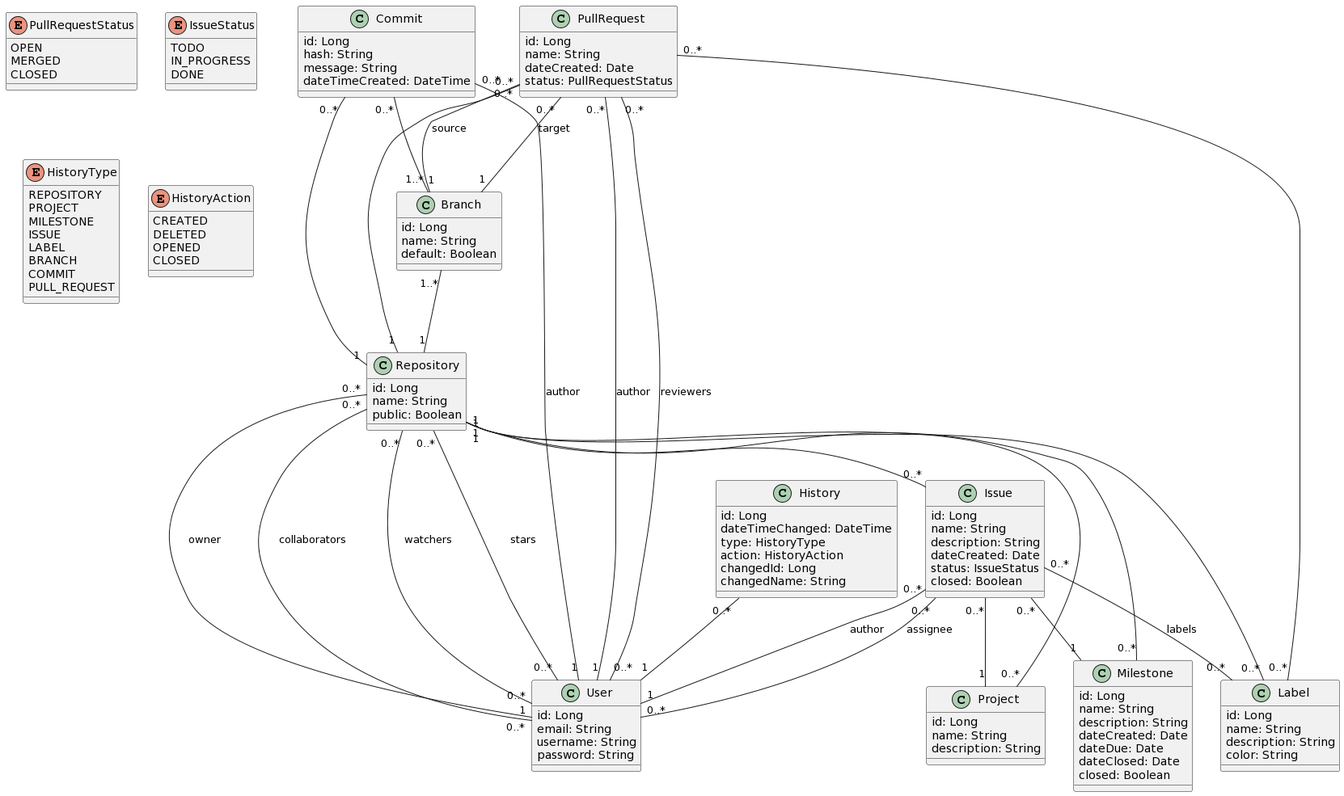
Earlier version of the PlantUML export uml/uml.png (VukV/mini-github).
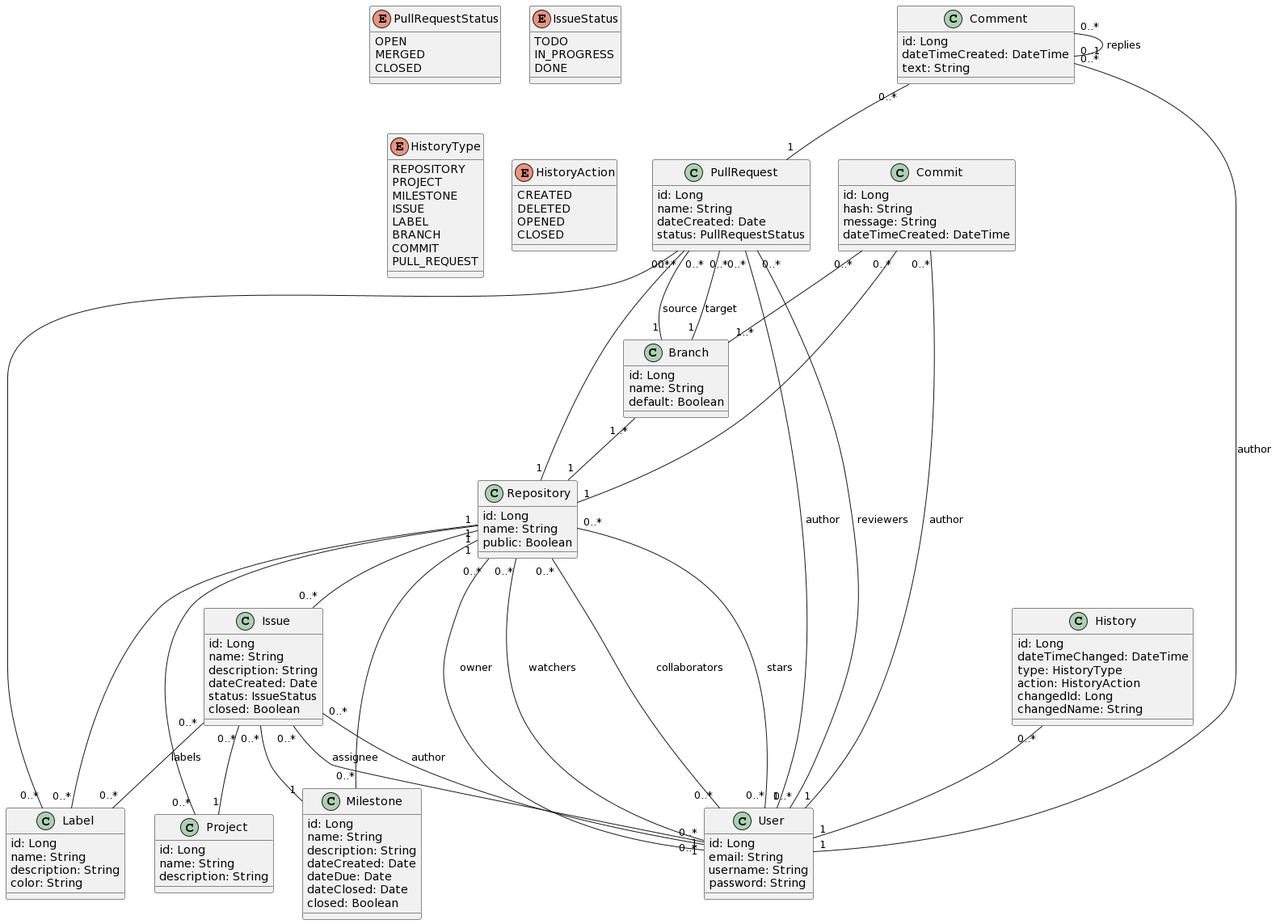
The same file after the commit.

Commit message:
uml comment update

The edit, as a diff of the source:
```diff
@@ -23,7 +23,6 @@
     hash: String
     message: String
     dateTimeCreated: DateTime
-
 }
 
 class PullRequest {
@@ -86,6 +85,12 @@
     changedName: String
 }
 
+class Comment {
+    id: Long
+    dateTimeCreated: DateTime
+    text: String
+}
+
 enum HistoryType {
     REPOSITORY
     PROJECT
@@ -128,6 +133,9 @@
 PullRequest "0..*" -- "1" Branch : source
 PullRequest "0..*" -- "1" Branch : target
 PullRequest "0..*" -- "1" Repository
+Comment "0..*" -- "1" User : author
+Comment "0..*" -- "0..1" Comment : replies
+Comment "0..*" -- "1" PullRequest
 
 History "0..*" -- "1" User
 @enduml
```
